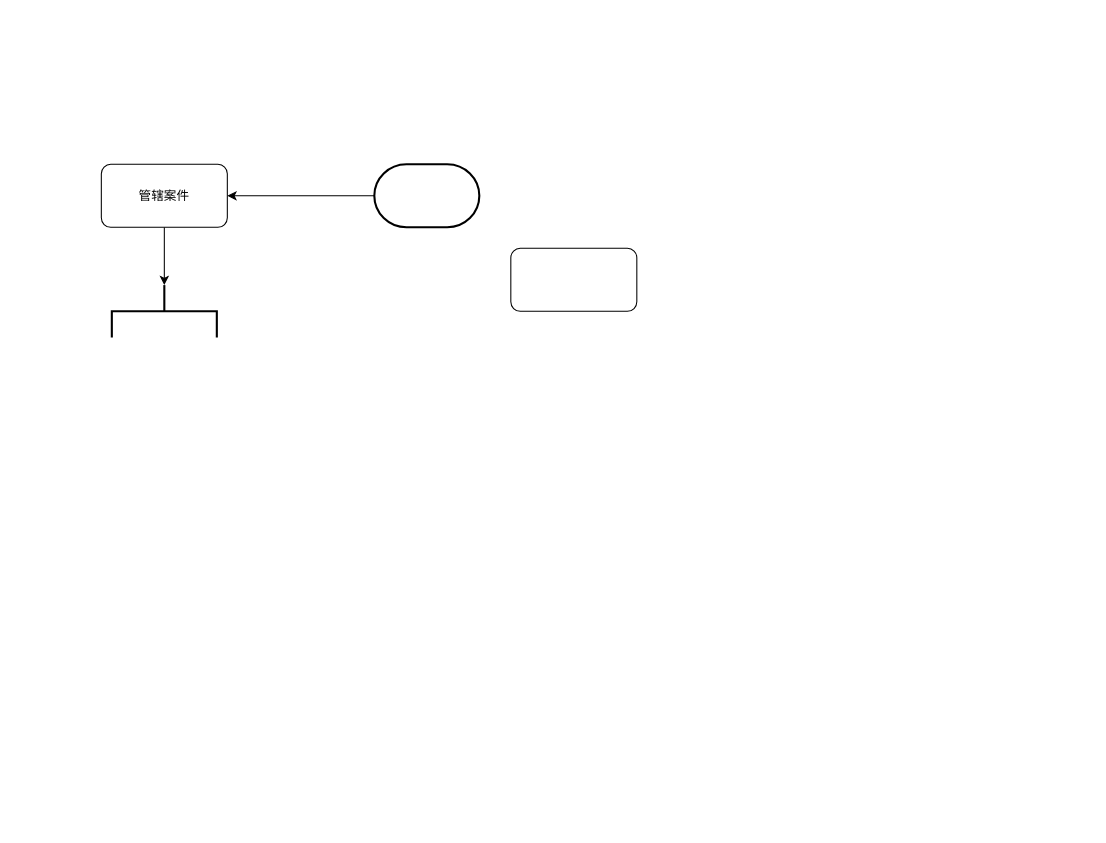
Above: 未命名绘图.drawio in iceman-wzg/myfirst (draw.io), before the change. Source tidied: cells renumbered, new cells numbered last; positions are measured from the earlier drawing's top-left corner, leaving out a move shared by most shapes. Both pictures are drawn from the tidied source at 105%, with x=0, y=0 at pixel (101, 164).
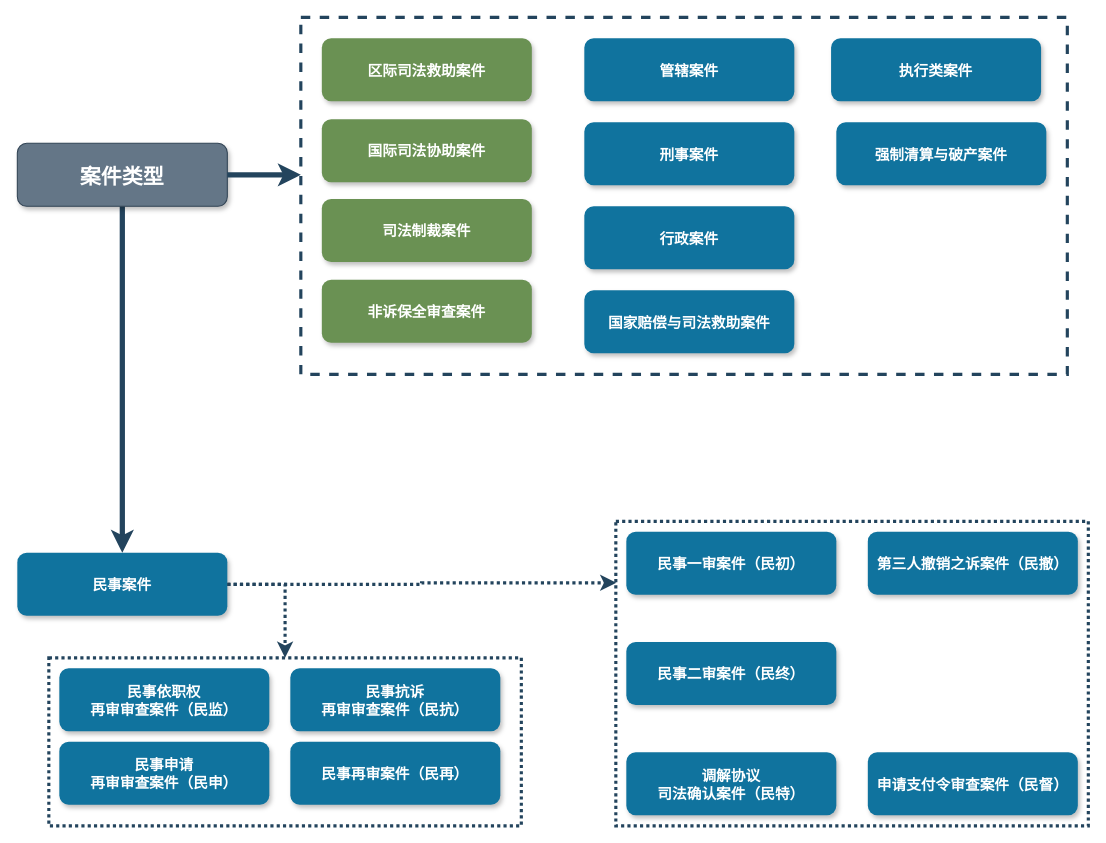
After the change.

Commit message (it also covers changes not shown here):
更新未命名绘图.drawio

Change to the diagram source:
```diff
@@
-    <mxCell id="2" style="edgeStyle=orthogonalEdgeStyle;rounded=0;jettySize=auto;html=1;" parent="1" edge="1" source="3" target="5">
-      <mxGeometry relative="1" as="geometry" />
-    </mxCell>
-    <mxCell id="3" style="strokeWidth=2;html=1;shape=mxgraph.flowchart.terminator;whiteSpace=wrap;" parent="1" vertex="1">
-      <mxGeometry x="260" width="100" height="60" as="geometry" />
-    </mxCell>
-    <mxCell id="4" style="edgeStyle=orthogonalEdgeStyle;rounded=0;jettySize=auto;html=1;" parent="1" edge="1" source="5" target="7">
-      <mxGeometry relative="1" as="geometry" />
-    </mxCell>
+    <mxCell id="8" style="edgeStyle=orthogonalEdgeStyle;rounded=0;jettySize=auto;html=1;exitX=0.5;exitY=1;exitDx=0;exitDy=0;entryX=0.5;entryY=0;entryDx=0;entryDy=0;fontSize=16;strokeWidth=5;strokeColor=#23445D;" parent="1" edge="1" source="9" target="11">
+      <mxGeometry relative="1" as="geometry" />
+    </mxCell>
+    <mxCell id="9" value="案件类型" style="rounded=1;fillColor=#647687;strokeColor=#314354;shadow=1;fontStyle=1;fontSize=20;fontColor=#ffffff;glass=0;gradientColor=none;" parent="1" vertex="1">
+      <mxGeometry x="-80" y="-20" width="200" height="60" as="geometry" />
+    </mxCell>
+    <mxCell id="10" style="edgeStyle=orthogonalEdgeStyle;rounded=0;jettySize=auto;html=1;exitX=1;exitY=0.5;exitDx=0;exitDy=0;entryX=0.5;entryY=0;entryDx=0;entryDy=0;strokeColor=#23445D;dashed=1;dashPattern=1 1;strokeWidth=3;" parent="1" edge="1" source="11" target="24">
+      <mxGeometry relative="1" as="geometry">
+        <Array as="points">
+          <mxPoint x="175" y="400" />
+        </Array>
+      </mxGeometry>
+    </mxCell>
+    <mxCell id="11" value="民事案件" style="rounded=1;fillColor=#10739E;strokeColor=none;shadow=1;gradientColor=none;fontStyle=1;fontColor=#FFFFFF;fontSize=14;" parent="1" vertex="1">
+      <mxGeometry x="-80" y="370" width="200" height="60" as="geometry" />
+    </mxCell>
+    <mxCell id="12" style="group;" parent="1" vertex="1">
+      <mxGeometry x="190" y="-140" width="730" height="340" as="geometry" />
+    </mxCell>
+    <mxCell id="13" style="whiteSpace=wrap;html=1;dashed=1;strokeWidth=3;strokeColor=#23445D;" parent="12" vertex="1">
+      <mxGeometry width="730" height="340" as="geometry" />
+    </mxCell>
+    <mxCell id="14" value="行政案件" style="rounded=1;fillColor=#10739E;strokeColor=none;shadow=1;gradientColor=none;fontStyle=1;fontColor=#FFFFFF;fontSize=14;" parent="12" vertex="1">
+      <mxGeometry x="270" y="180" width="200" height="60" as="geometry" />
+    </mxCell>
-    <mxCell id="5" value="管辖案件" style="rounded=1;whiteSpace=wrap;html=1;" parent="1" vertex="1">
-      <mxGeometry width="120" height="60" as="geometry" />
+    <mxCell id="5" value="管辖案件" style="rounded=1;fillColor=#10739E;strokeColor=none;shadow=1;gradientColor=none;fontStyle=1;fontColor=#FFFFFF;fontSize=14;" parent="12" vertex="1">
+      <mxGeometry x="270" y="20" width="200" height="60" as="geometry" />
     </mxCell>
-    <mxCell id="6" style="rounded=1;whiteSpace=wrap;html=1;" parent="1" vertex="1">
-      <mxGeometry x="390" y="80" width="120" height="60" as="geometry" />
-    </mxCell>
-    <mxCell id="7" style="strokeWidth=2;html=1;shape=mxgraph.flowchart.annotation_2;align=left;labelPosition=right;rotation=90;" parent="1" vertex="1">
-      <mxGeometry x="35" y="90" width="50" height="100" as="geometry" />
-    </mxCell>
+    <mxCell id="15" value="刑事案件" style="rounded=1;fillColor=#10739E;strokeColor=none;shadow=1;gradientColor=none;fontStyle=1;fontColor=#FFFFFF;fontSize=14;" parent="12" vertex="1">
+      <mxGeometry x="270" y="100" width="200" height="60" as="geometry" />
+    </mxCell>
+    <mxCell id="16" value="国家赔偿与司法救助案件" style="rounded=1;fillColor=#10739E;strokeColor=none;shadow=1;gradientColor=none;fontStyle=1;fontColor=#FFFFFF;fontSize=14;" parent="12" vertex="1">
+      <mxGeometry x="270" y="260" width="200" height="60" as="geometry" />
+    </mxCell>
+    <mxCell id="17" value="区际司法救助案件" style="rounded=1;fillColor=#6A9153;strokeColor=none;shadow=1;gradientColor=none;fontStyle=1;fontColor=#FFFFFF;fontSize=14;" parent="12" vertex="1">
+      <mxGeometry x="20" y="20" width="200" height="60" as="geometry" />
+    </mxCell>
+    <mxCell id="18" value="国际司法协助案件" style="rounded=1;fillColor=#6A9153;strokeColor=none;shadow=1;gradientColor=none;fontStyle=1;fontColor=#FFFFFF;fontSize=14;" parent="12" vertex="1">
+      <mxGeometry x="20" y="97" width="200" height="60" as="geometry" />
+    </mxCell>
+    <mxCell id="19" value="司法制裁案件" style="rounded=1;fillColor=#6A9153;strokeColor=none;shadow=1;gradientColor=none;fontStyle=1;fontColor=#FFFFFF;fontSize=14;" parent="12" vertex="1">
+      <mxGeometry x="20" y="173" width="200" height="60" as="geometry" />
+    </mxCell>
+    <mxCell id="20" value="非诉保全审查案件" style="rounded=1;fillColor=#6A9153;strokeColor=none;shadow=1;gradientColor=none;fontStyle=1;fontColor=#FFFFFF;fontSize=14;" parent="12" vertex="1">
+      <mxGeometry x="20" y="250" width="200" height="60" as="geometry" />
+    </mxCell>
+    <mxCell id="21" value="执行类案件" style="rounded=1;fillColor=#10739E;strokeColor=none;shadow=1;gradientColor=none;fontStyle=1;fontColor=#FFFFFF;fontSize=14;" parent="12" vertex="1">
+      <mxGeometry x="505" y="20" width="200" height="60" as="geometry" />
+    </mxCell>
+    <mxCell id="22" value="强制清算与破产案件" style="rounded=1;fillColor=#10739E;strokeColor=none;shadow=1;gradientColor=none;fontStyle=1;fontColor=#FFFFFF;fontSize=14;" parent="12" vertex="1">
+      <mxGeometry x="510" y="100" width="200" height="60" as="geometry" />
+    </mxCell>
+    <mxCell id="23" style="group;" parent="1" vertex="1">
+      <mxGeometry x="-50" y="470" width="450" height="160" as="geometry" />
+    </mxCell>
+    <mxCell id="24" style="rounded=0;whiteSpace=wrap;html=1;strokeWidth=3;dashed=1;strokeColor=#23445D;dashPattern=1 1;" parent="23" vertex="1">
+      <mxGeometry width="450" height="160" as="geometry" />
+    </mxCell>
+    <mxCell id="25" value="民事依职权&#10;再审审查案件（民监）" style="rounded=1;fillColor=#10739E;strokeColor=none;shadow=1;gradientColor=none;fontStyle=1;fontColor=#FFFFFF;fontSize=14;" parent="23" vertex="1">
+      <mxGeometry x="10" y="10" width="200" height="60" as="geometry" />
+    </mxCell>
+    <mxCell id="26" value="民事申请&#10;再审审查案件（民申）" style="rounded=1;fillColor=#10739E;strokeColor=none;shadow=1;gradientColor=none;fontStyle=1;fontColor=#FFFFFF;fontSize=14;" parent="23" vertex="1">
+      <mxGeometry x="10" y="80" width="200" height="60" as="geometry" />
+    </mxCell>
+    <mxCell id="27" value="民事抗诉&#10;再审审查案件（民抗）" style="rounded=1;fillColor=#10739E;strokeColor=none;shadow=1;gradientColor=none;fontStyle=1;fontColor=#FFFFFF;fontSize=14;" parent="23" vertex="1">
+      <mxGeometry x="230" y="10" width="200" height="60" as="geometry" />
+    </mxCell>
+    <mxCell id="28" value="民事再审案件（民再）" style="rounded=1;fillColor=#10739E;strokeColor=none;shadow=1;gradientColor=none;fontStyle=1;fontColor=#FFFFFF;fontSize=14;" parent="23" vertex="1">
+      <mxGeometry x="230" y="80" width="200" height="60" as="geometry" />
+    </mxCell>
+    <mxCell id="29" style="group;" parent="1" vertex="1">
+      <mxGeometry x="490" y="340" width="450" height="290" as="geometry" />
+    </mxCell>
+    <mxCell id="30" style="rounded=0;whiteSpace=wrap;html=1;strokeWidth=3;dashed=1;dashPattern=1 1;strokeColor=#23445D;" parent="29" vertex="1">
+      <mxGeometry width="450" height="290" as="geometry" />
+    </mxCell>
+    <mxCell id="31" value="民事一审案件（民初）" style="rounded=1;fillColor=#10739E;strokeColor=none;shadow=1;gradientColor=none;fontStyle=1;fontColor=#FFFFFF;fontSize=14;" parent="29" vertex="1">
+      <mxGeometry x="10" y="10" width="200" height="60" as="geometry" />
+    </mxCell>
+    <mxCell id="32" value="民事二审案件（民终）" style="rounded=1;fillColor=#10739E;strokeColor=none;shadow=1;gradientColor=none;fontStyle=1;fontColor=#FFFFFF;fontSize=14;" parent="29" vertex="1">
+      <mxGeometry x="10" y="115" width="200" height="60" as="geometry" />
+    </mxCell>
+    <mxCell id="33" value="第三人撤销之诉案件（民撤）" style="rounded=1;fillColor=#10739E;strokeColor=none;shadow=1;gradientColor=none;fontStyle=1;fontColor=#FFFFFF;fontSize=14;" parent="29" vertex="1">
+      <mxGeometry x="240" y="10" width="200" height="60" as="geometry" />
+    </mxCell>
+    <mxCell id="34" value="申请支付令审查案件（民督）" style="rounded=1;fillColor=#10739E;strokeColor=none;shadow=1;gradientColor=none;fontStyle=1;fontColor=#FFFFFF;fontSize=14;" parent="29" vertex="1">
+      <mxGeometry x="240" y="220" width="200" height="60" as="geometry" />
+    </mxCell>
+    <mxCell id="35" value="调解协议&#10;司法确认案件（民特）" style="rounded=1;fillColor=#10739E;strokeColor=none;shadow=1;gradientColor=none;fontStyle=1;fontColor=#FFFFFF;fontSize=14;" parent="29" vertex="1">
+      <mxGeometry x="10" y="220" width="200" height="60" as="geometry" />
+    </mxCell>
+    <mxCell id="36" style="edgeStyle=orthogonalEdgeStyle;rounded=0;jettySize=auto;html=1;exitX=1;exitY=0.5;exitDx=0;exitDy=0;strokeColor=#23445D;strokeWidth=5;" parent="1" edge="1" source="9">
+      <mxGeometry relative="1" as="geometry">
+        <mxPoint x="190" y="10" as="targetPoint" />
+        <Array as="points">
+          <mxPoint x="190" y="10" />
+        </Array>
+      </mxGeometry>
+    </mxCell>
+    <mxCell id="37" style="edgeStyle=orthogonalEdgeStyle;rounded=0;jettySize=auto;html=1;exitX=1;exitY=0.5;exitDx=0;exitDy=0;entryX=0.001;entryY=0.202;entryDx=0;entryDy=0;entryPerimeter=0;strokeColor=#23445D;strokeWidth=3;dashed=1;dashPattern=1 1;" parent="1" edge="1" source="11" target="30">
+      <mxGeometry relative="1" as="geometry" />
+    </mxCell>
```
